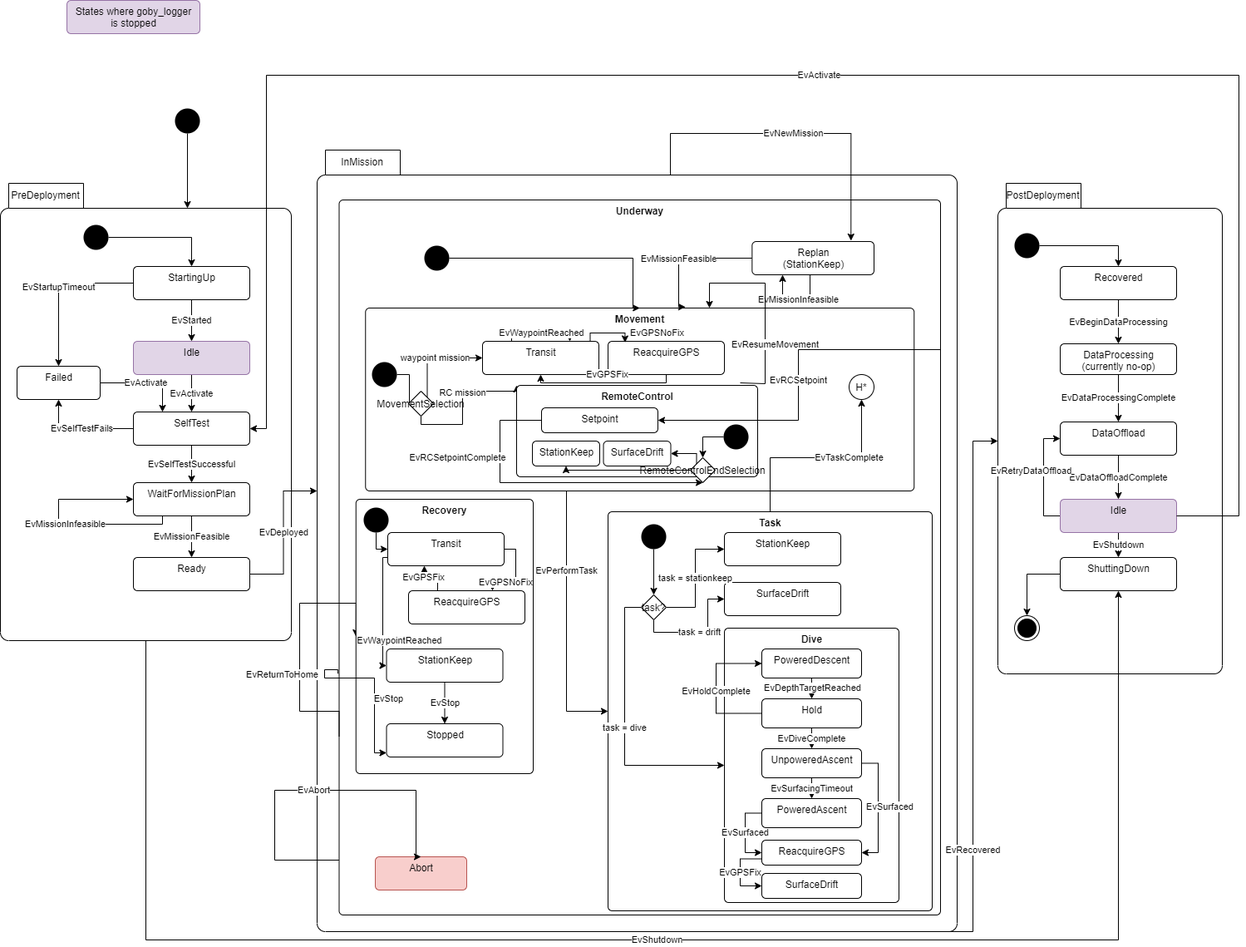
The draw.io diagram src/doc/figures/mission-states.png in jaiarobotics/jaiabot, before a commit. Source tidied: cells renumbered, new cells last; positions are measured from the earlier drawing's top-left corner, leaving out a move shared by most shapes.
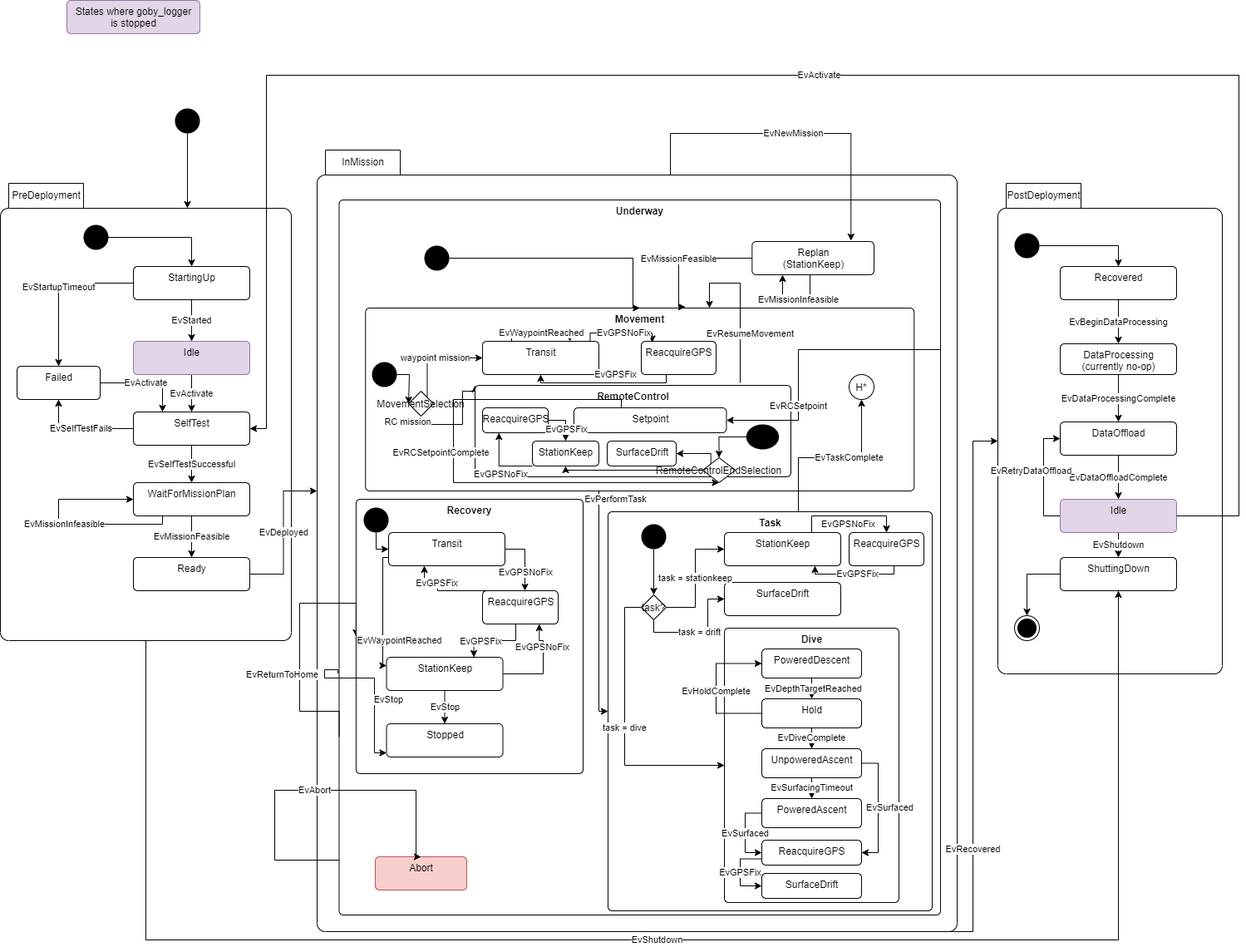
The same diagram one commit later.

Change to the diagram source:
```diff
@@ -138,11 +138,11 @@
       <mxGeometry x="38.2" y="90" width="660" height="220" as="geometry" />
     </mxCell>
     <mxCell id="41" value="EvPerformTask" style="edgeStyle=orthogonalEdgeStyle;rounded=0;jettySize=auto;html=1;entryX=0;entryY=0.5;entryDx=0;entryDy=0;" parent="36" edge="1" target="60">
-      <mxGeometry x="-0.39" relative="1" as="geometry">
+      <mxGeometry x="-0.69" y="20" relative="1" as="geometry">
         <mxPoint x="280" y="310" as="sourcePoint" />
         <Array as="points">
-          <mxPoint x="280" y="310" />
-          <mxPoint x="280" y="535" />
+          <mxPoint x="319" y="310" />
+          <mxPoint x="319" y="575" />
         </Array>
       </mxGeometry>
     </mxCell>
@@ -152,22 +152,23 @@
     <mxCell id="43" value="EvTaskComplete" style="edgeStyle=orthogonalEdgeStyle;rounded=0;jettySize=auto;html=1;entryX=0.5;entryY=1;entryDx=0;entryDy=0;exitX=0.5;exitY=0;exitDx=0;exitDy=0;" parent="36" edge="1" source="60" target="58">
       <mxGeometry x="0.31" relative="1" as="geometry">
         <Array as="points">
-          <mxPoint x="525" y="270" />
+          <mxPoint x="559" y="335" />
+          <mxPoint x="559" y="270" />
           <mxPoint x="635" y="270" />
         </Array>
       </mxGeometry>
     </mxCell>
     <mxCell id="44" value="&lt;b&gt;Recovery&lt;/b&gt;" style="html=1;align=center;verticalAlign=top;rounded=1;absoluteArcSize=1;arcSize=10;dashed=0;" parent="36" vertex="1">
-      <mxGeometry x="26.8" y="320" width="213.2" height="330" as="geometry" />
+      <mxGeometry x="26.9" y="320" width="273.1" height="330" as="geometry" />
     </mxCell>
     <mxCell id="45" value="Transit" style="html=1;align=center;verticalAlign=top;rounded=1;absoluteArcSize=1;arcSize=10;dashed=0;" parent="36" vertex="1">
-      <mxGeometry x="65" y="360" width="140" height="40" as="geometry" />
+      <mxGeometry x="66" y="360" width="140" height="40" as="geometry" />
     </mxCell>
     <mxCell id="46" value="EvStop" style="edgeStyle=orthogonalEdgeStyle;rounded=0;jettySize=auto;html=1;" parent="36" edge="1" source="47" target="56">
       <mxGeometry relative="1" as="geometry" />
     </mxCell>
     <mxCell id="47" value="StationKeep" style="html=1;align=center;verticalAlign=top;rounded=1;absoluteArcSize=1;arcSize=10;dashed=0;" parent="36" vertex="1">
-      <mxGeometry x="63.5" y="500" width="140" height="40" as="geometry" />
+      <mxGeometry x="63.5" y="510" width="140" height="40" as="geometry" />
     </mxCell>
     <mxCell id="48" value="EvWaypointReached" style="edgeStyle=orthogonalEdgeStyle;rounded=0;jettySize=auto;html=1;exitX=0;exitY=0.75;exitDx=0;exitDy=0;" parent="36" edge="1" source="45" target="47">
       <mxGeometry x="0.51" y="20" relative="1" as="geometry">
@@ -320,6 +321,27 @@
         </Array>
       </mxGeometry>
     </mxCell>
+    <mxCell id="120" value="ReacquireGPS" style="html=1;align=center;verticalAlign=top;rounded=1;absoluteArcSize=1;arcSize=10;dashed=0;" parent="59" vertex="1">
+      <mxGeometry x="290" y="25" width="90" height="40" as="geometry" />
+    </mxCell>
+    <mxCell id="121" value="EvGPSNoFix" style="edgeStyle=orthogonalEdgeStyle;rounded=0;jettySize=auto;html=1;exitX=0.75;exitY=0;exitDx=0;exitDy=0;entryX=0.5;entryY=0;entryDx=0;entryDy=0;" parent="59" edge="1" source="61" target="120">
+      <mxGeometry x="-0.01" y="-10" relative="1" as="geometry">
+        <Array as="points">
+          <mxPoint x="245" y="5" />
+          <mxPoint x="335" y="5" />
+        </Array>
+      </mxGeometry>
+    </mxCell>
+    <mxCell id="122" value="EvGPSFix" style="edgeStyle=orthogonalEdgeStyle;rounded=0;jettySize=auto;html=1;exitX=0.75;exitY=1;exitDx=0;exitDy=0;" parent="59" edge="1" source="120">
+      <mxGeometry x="0.06" relative="1" as="geometry">
+        <mxPoint x="249" y="65" as="targetPoint" />
+        <Array as="points">
+          <mxPoint x="344" y="65" />
+          <mxPoint x="344" y="75" />
+          <mxPoint x="249" y="75" />
+        </Array>
+      </mxGeometry>
+    </mxCell>
     <mxCell id="84" value="EvNewMission" style="edgeStyle=orthogonalEdgeStyle;rounded=0;jettySize=auto;html=1;exitX=0;exitY=0;exitDx=425;exitDy=30;exitPerimeter=0;entryX=0.811;entryY=-0.025;entryDx=0;entryDy=0;entryPerimeter=0;" parent="36" edge="1" source="37" target="87">
       <mxGeometry relative="1" as="geometry" />
     </mxCell>
@@ -349,12 +371,13 @@
       </mxGeometry>
     </mxCell>
     <mxCell id="89" value="RC mission" style="edgeStyle=orthogonalEdgeStyle;rounded=0;jettySize=auto;html=1;entryX=0;entryY=0;entryDx=0;entryDy=0;exitX=0.5;exitY=1;exitDx=0;exitDy=0;" parent="36" edge="1" source="90" target="94">
-      <mxGeometry x="0.14" relative="1" as="geometry">
+      <mxGeometry x="-0.85" y="-10" relative="1" as="geometry">
         <Array as="points">
           <mxPoint x="105" y="230" />
           <mxPoint x="155" y="230" />
           <mxPoint x="155" y="190" />
         </Array>
+        <mxPoint x="-6" y="-2" as="offset" />
       </mxGeometry>
     </mxCell>
     <mxCell id="90" value="MovementSelection" style="rhombus;" parent="36" vertex="1">
@@ -372,30 +395,29 @@
       <mxGeometry x="-0.37" y="-12" relative="1" as="geometry">
         <mxPoint x="489" y="180" as="sourcePoint" />
         <Array as="points">
-          <mxPoint x="489" y="181" />
-          <mxPoint x="519" y="181" />
-          <mxPoint x="519" y="60" />
+          <mxPoint x="489" y="60" />
           <mxPoint x="452" y="60" />
         </Array>
       </mxGeometry>
     </mxCell>
     <mxCell id="93" style="group;" parent="36" vertex="1">
-      <mxGeometry x="220" y="190" width="290" height="110" as="geometry" />
+      <mxGeometry x="170" y="190" width="380" height="110" as="geometry" />
     </mxCell>
     <mxCell id="94" value="&lt;b&gt;RemoteControl&lt;/b&gt;" style="html=1;align=center;verticalAlign=top;rounded=1;absoluteArcSize=1;arcSize=10;dashed=0;" parent="93" vertex="1">
-      <mxGeometry y="-7" width="290" height="110" as="geometry" />
+      <mxGeometry y="-7" width="380" height="110" as="geometry" />
     </mxCell>
     <mxCell id="95" value="StationKeep" style="html=1;align=center;verticalAlign=top;rounded=1;absoluteArcSize=1;arcSize=10;dashed=0;" parent="93" vertex="1">
-      <mxGeometry x="19" y="60" width="81" height="30" as="geometry" />
+      <mxGeometry x="69" y="60" width="80" height="30" as="geometry" />
     </mxCell>
     <mxCell id="96" value="Setpoint" style="html=1;align=center;verticalAlign=top;rounded=1;absoluteArcSize=1;arcSize=10;dashed=0;" parent="93" vertex="1">
-      <mxGeometry x="30" y="20" width="140" height="30" as="geometry" />
+      <mxGeometry x="119" y="20" width="183.4" height="30" as="geometry" />
     </mxCell>
-    <mxCell id="97" value="EvRCSetpointComplete" style="edgeStyle=orthogonalEdgeStyle;rounded=0;jettySize=auto;html=1;entryX=0.5;entryY=1;entryDx=0;entryDy=0;exitX=0;exitY=0.5;exitDx=0;exitDy=0;" parent="93" edge="1" source="96" target="102">
-      <mxGeometry x="-0.49" y="-51" relative="1" as="geometry">
+    <mxCell id="97" value="EvRCSetpointComplete" style="edgeStyle=orthogonalEdgeStyle;rounded=0;jettySize=auto;html=1;entryX=0.5;entryY=1;entryDx=0;entryDy=0;exitX=0.25;exitY=0;exitDx=0;exitDy=0;" parent="93" edge="1" source="96" target="102">
+      <mxGeometry x="-0.11" y="-15" relative="1" as="geometry">
         <Array as="points">
-          <mxPoint x="-20" y="35" />
-          <mxPoint x="-20" y="110" />
+          <mxPoint x="176" y="10" />
+          <mxPoint x="-26" y="10" />
+          <mxPoint x="-26" y="110" />
         </Array>
       </mxGeometry>
     </mxCell>
@@ -403,30 +425,47 @@
       <mxGeometry relative="1" as="geometry" />
     </mxCell>
     <mxCell id="99" style="ellipse;fillColor=#000000;strokeColor=none;" parent="93" vertex="1">
-      <mxGeometry x="249" y="40" width="30" height="30" as="geometry" />
+      <mxGeometry x="326.3" y="40" width="39.3" height="30" as="geometry" />
     </mxCell>
     <mxCell id="100" style="edgeStyle=orthogonalEdgeStyle;rounded=0;jettySize=auto;html=1;exitX=0;exitY=0;exitDx=0;exitDy=0;" parent="93" edge="1" source="102" target="103">
       <mxGeometry relative="1" as="geometry">
         <Array as="points">
-          <mxPoint x="216" y="75" />
+          <mxPoint x="283" y="75" />
         </Array>
       </mxGeometry>
     </mxCell>
     <mxCell id="101" style="edgeStyle=orthogonalEdgeStyle;rounded=0;jettySize=auto;html=1;exitX=0;exitY=0.5;exitDx=0;exitDy=0;entryX=0.5;entryY=1;entryDx=0;entryDy=0;" parent="93" edge="1" source="102" target="95">
       <mxGeometry relative="1" as="geometry">
         <Array as="points">
-          <mxPoint x="60" y="95" />
+          <mxPoint x="109" y="95" />
         </Array>
       </mxGeometry>
     </mxCell>
     <mxCell id="102" value="RemoteControlEndSelection" style="rhombus;" parent="93" vertex="1">
-      <mxGeometry x="209" y="80" width="30" height="30" as="geometry" />
+      <mxGeometry x="273.9" y="80" width="39.3" height="30" as="geometry" />
     </mxCell>
     <mxCell id="103" value="SurfaceDrift" style="html=1;align=center;verticalAlign=top;rounded=1;absoluteArcSize=1;arcSize=10;dashed=0;" parent="93" vertex="1">
-      <mxGeometry x="104.5" y="60" width="81" height="30" as="geometry" />
+      <mxGeometry x="159" y="60" width="83.1" height="30" as="geometry" />
     </mxCell>
+    <mxCell id="123" value="ReacquireGPS" style="html=1;align=center;verticalAlign=top;rounded=1;absoluteArcSize=1;arcSize=10;dashed=0;" parent="93" vertex="1">
+      <mxGeometry x="9" y="20" width="79" height="30" as="geometry" />
+    </mxCell>
+    <mxCell id="124" value="EvGPSNoFix" style="edgeStyle=orthogonalEdgeStyle;rounded=0;jettySize=auto;html=1;exitX=0;exitY=1;exitDx=0;exitDy=0;entryX=0.25;entryY=1;entryDx=0;entryDy=0;" parent="93" edge="1" source="95" target="123">
+      <mxGeometry x="-0.05" y="10" relative="1" as="geometry">
+        <Array as="points">
+          <mxPoint x="29" y="90" />
+        </Array>
+      </mxGeometry>
+    </mxCell>
+    <mxCell id="125" value="EvGPSFix" style="edgeStyle=orthogonalEdgeStyle;rounded=0;jettySize=auto;html=1;exitX=1;exitY=0.5;exitDx=0;exitDy=0;entryX=0.5;entryY=0;entryDx=0;entryDy=0;" parent="93" edge="1" source="123" target="95">
+      <mxGeometry x="0.41" y="1" relative="1" as="geometry">
+        <Array as="points">
+          <mxPoint x="109" y="35" />
+        </Array>
+      </mxGeometry>
+    </mxCell>
     <mxCell id="104" value="EvRCSetpoint" style="edgeStyle=orthogonalEdgeStyle;rounded=0;jettySize=auto;html=1;entryX=1;entryY=0.5;entryDx=0;entryDy=0;exitX=1;exitY=0.218;exitDx=0;exitDy=0;jumpStyle=arc;exitPerimeter=0;" parent="36" edge="1" source="38" target="96">
-      <mxGeometry relative="1" as="geometry">
+      <mxGeometry x="0.41" relative="1" as="geometry">
         <Array as="points">
           <mxPoint x="730" y="140" />
           <mxPoint x="559" y="140" />
@@ -435,19 +474,20 @@
       </mxGeometry>
     </mxCell>
     <mxCell id="105" value="ReacquireGPS" style="html=1;align=center;verticalAlign=top;rounded=1;absoluteArcSize=1;arcSize=10;dashed=0;" parent="36" vertex="1">
-      <mxGeometry x="330" y="130" width="140" height="40" as="geometry" />
+      <mxGeometry x="370" y="130" width="90" height="40" as="geometry" />
     </mxCell>
     <mxCell id="106" value="EvGPSNoFix" style="edgeStyle=orthogonalEdgeStyle;rounded=0;jettySize=auto;html=1;entryX=0.146;entryY=0.038;entryDx=0;entryDy=0;exitX=0.925;exitY=0.013;exitDx=0;exitDy=0;exitPerimeter=0;entryPerimeter=0;" parent="36" edge="1" source="42" target="105">
-      <mxGeometry x="0.64" y="39" relative="1" as="geometry">
+      <mxGeometry x="0.06" relative="1" as="geometry">
         <Array as="points">
           <mxPoint x="309" y="120" />
-          <mxPoint x="350" y="120" />
+          <mxPoint x="383" y="120" />
         </Array>
       </mxGeometry>
     </mxCell>
     <mxCell id="107" value="EvGPSFix" style="edgeStyle=orthogonalEdgeStyle;rounded=0;jettySize=auto;html=1;entryX=0.5;entryY=1;entryDx=0;entryDy=0;exitX=0.5;exitY=1;exitDx=0;exitDy=0;" parent="36" edge="1" source="105" target="42">
-      <mxGeometry x="-0.05" y="-10" relative="1" as="geometry">
+      <mxGeometry x="-0.08" y="-10" relative="1" as="geometry">
         <Array as="points">
+          <mxPoint x="400" y="170" />
           <mxPoint x="400" y="180" />
           <mxPoint x="249" y="180" />
         </Array>
@@ -472,15 +512,13 @@
       </mxGeometry>
     </mxCell>
     <mxCell id="110" value="ReacquireGPS" style="html=1;align=center;verticalAlign=top;rounded=1;absoluteArcSize=1;arcSize=10;dashed=0;" parent="36" vertex="1">
-      <mxGeometry x="90" y="430" width="140" height="40" as="geometry" />
+      <mxGeometry x="179" y="430" width="91" height="40" as="geometry" />
     </mxCell>
     <mxCell id="111" value="EvGPSNoFix" style="edgeStyle=orthogonalEdgeStyle;rounded=0;jettySize=auto;html=1;exitX=1;exitY=0.5;exitDx=0;exitDy=0;" parent="36" edge="1" source="45">
       <mxGeometry x="0.41" y="1" relative="1" as="geometry">
-        <mxPoint x="191" y="430" as="targetPoint" />
+        <mxPoint x="230" y="430" as="targetPoint" />
         <Array as="points">
-          <mxPoint x="219" y="380" />
-          <mxPoint x="219" y="419" />
-          <mxPoint x="191" y="419" />
+          <mxPoint x="230" y="380" />
         </Array>
       </mxGeometry>
     </mxCell>
@@ -493,6 +531,23 @@
         </Array>
       </mxGeometry>
     </mxCell>
+    <mxCell id="126" value="EvGPSNoFix" style="edgeStyle=orthogonalEdgeStyle;rounded=0;jettySize=auto;html=1;exitX=1;exitY=0.5;exitDx=0;exitDy=0;entryX=0.75;entryY=1;entryDx=0;entryDy=0;" parent="36" edge="1" source="47" target="110">
+      <mxGeometry x="0.41" y="1" relative="1" as="geometry">
+        <Array as="points">
+          <mxPoint x="252" y="530" />
+          <mxPoint x="252" y="490" />
+          <mxPoint x="247" y="490" />
+        </Array>
+      </mxGeometry>
+    </mxCell>
+    <mxCell id="127" value="EvGPSFix" style="edgeStyle=orthogonalEdgeStyle;rounded=0;jettySize=auto;html=1;exitX=0.5;exitY=1;exitDx=0;exitDy=0;entryX=0.75;entryY=0;entryDx=0;entryDy=0;" parent="36" edge="1" source="110" target="47">
+      <mxGeometry x="0.41" y="1" relative="1" as="geometry">
+        <Array as="points">
+          <mxPoint x="219" y="490" />
+          <mxPoint x="169" y="490" />
+        </Array>
+      </mxGeometry>
+    </mxCell>
     <mxCell id="113" style="edgeStyle=orthogonalEdgeStyle;rounded=0;jettySize=auto;html=1;entryX=0;entryY=0;entryDx=225;entryDy=30;entryPerimeter=0;" parent="1" edge="1" source="114" target="19">
       <mxGeometry relative="1" as="geometry" />
     </mxCell>
```
